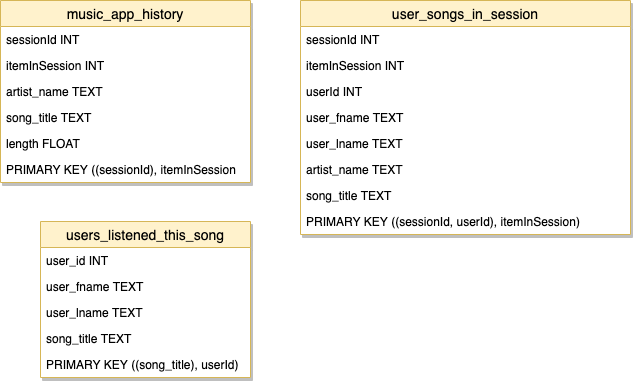
The draw.io diagram images/all_tables.png in nataliamele/DEND_Project_1B, before a commit. Source tidied: cells renumbered, new cells last; positions are measured from the earlier drawing's top-left corner, leaving out a move shared by most shapes. The source it was exported from:
```xml
<mxGraphModel>
  <root>
    <mxCell id="0" />
    <mxCell id="1" parent="0" />
    <mxCell id="2" value="music_app_history" style="swimlane;fontStyle=0;horizontal=1;startSize=26;fillColor=#fff2cc;swimlaneFillColor=#ffffff;align=center;fontSize=14;strokeColor=#d6b656;rounded=0;comic=0;glass=0;shadow=1;" parent="1" vertex="1">
      <mxGeometry width="250" height="182" as="geometry" />
    </mxCell>
    <mxCell id="3" value="sessionId INT" style="text;strokeColor=none;fillColor=none;spacingLeft=4;spacingRight=4;overflow=hidden;fontSize=12;" parent="2" vertex="1">
      <mxGeometry y="26" width="250" height="26" as="geometry" />
    </mxCell>
    <mxCell id="4" value="itemInSession INT" style="text;strokeColor=none;fillColor=none;spacingLeft=4;spacingRight=4;overflow=hidden;fontSize=12;" parent="2" vertex="1">
      <mxGeometry y="52" width="250" height="26" as="geometry" />
    </mxCell>
    <mxCell id="5" value="artist_name TEXT" style="text;strokeColor=none;fillColor=none;spacingLeft=4;spacingRight=4;overflow=hidden;fontSize=12;" parent="2" vertex="1">
      <mxGeometry y="78" width="250" height="26" as="geometry" />
    </mxCell>
    <mxCell id="6" value="song_title TEXT" style="text;strokeColor=none;fillColor=none;spacingLeft=4;spacingRight=4;overflow=hidden;fontSize=12;" parent="2" vertex="1">
      <mxGeometry y="104" width="250" height="26" as="geometry" />
    </mxCell>
    <mxCell id="7" value="length FLOAT" style="text;strokeColor=none;fillColor=none;spacingLeft=4;spacingRight=4;overflow=hidden;fontSize=12;" parent="2" vertex="1">
      <mxGeometry y="130" width="250" height="26" as="geometry" />
    </mxCell>
    <mxCell id="8" value="PRIMARY KEY ((sessionId), itemInSession" style="text;strokeColor=none;fillColor=none;spacingLeft=4;spacingRight=4;overflow=hidden;fontSize=12;" parent="2" vertex="1">
      <mxGeometry y="156" width="250" height="26" as="geometry" />
    </mxCell>
    <mxCell id="9" value="user_songs_in_session" style="swimlane;fontStyle=0;horizontal=1;startSize=26;fillColor=#fff2cc;swimlaneFillColor=#ffffff;align=center;fontSize=14;strokeColor=#d6b656;rounded=0;comic=0;glass=0;shadow=1;" parent="1" vertex="1">
      <mxGeometry x="300" width="330" height="234" as="geometry" />
    </mxCell>
    <mxCell id="10" value="sessionId INT" style="text;strokeColor=none;fillColor=none;spacingLeft=4;spacingRight=4;overflow=hidden;fontSize=12;" parent="9" vertex="1">
      <mxGeometry y="26" width="330" height="26" as="geometry" />
    </mxCell>
    <mxCell id="11" value="itemInSession INT" style="text;strokeColor=none;fillColor=none;spacingLeft=4;spacingRight=4;overflow=hidden;fontSize=12;" parent="9" vertex="1">
      <mxGeometry y="52" width="330" height="26" as="geometry" />
    </mxCell>
    <mxCell id="12" value="userId INT" style="text;strokeColor=none;fillColor=none;spacingLeft=4;spacingRight=4;overflow=hidden;fontSize=12;" parent="9" vertex="1">
      <mxGeometry y="78" width="330" height="26" as="geometry" />
    </mxCell>
    <mxCell id="13" value="user_fname TEXT" style="text;strokeColor=none;fillColor=none;spacingLeft=4;spacingRight=4;overflow=hidden;fontSize=12;" parent="9" vertex="1">
      <mxGeometry y="104" width="330" height="26" as="geometry" />
    </mxCell>
    <mxCell id="14" value="user_lname TEXT" style="text;strokeColor=none;fillColor=none;spacingLeft=4;spacingRight=4;overflow=hidden;fontSize=12;" parent="9" vertex="1">
      <mxGeometry y="130" width="330" height="26" as="geometry" />
    </mxCell>
    <mxCell id="15" value="artist_name TEXT" style="text;strokeColor=none;fillColor=none;spacingLeft=4;spacingRight=4;overflow=hidden;fontSize=12;" parent="9" vertex="1">
      <mxGeometry y="156" width="330" height="26" as="geometry" />
    </mxCell>
    <mxCell id="16" value="song_title TEXT" style="text;strokeColor=none;fillColor=none;spacingLeft=4;spacingRight=4;overflow=hidden;fontSize=12;" parent="9" vertex="1">
      <mxGeometry y="182" width="330" height="26" as="geometry" />
    </mxCell>
    <mxCell id="17" value="PRIMARY KEY ((sessionId, userId), itemInSession)" style="text;strokeColor=none;fillColor=none;spacingLeft=4;spacingRight=4;overflow=hidden;fontSize=12;" parent="9" vertex="1">
      <mxGeometry y="208" width="330" height="26" as="geometry" />
    </mxCell>
    <mxCell id="18" value="users_listened_this_song" style="swimlane;fontStyle=0;horizontal=1;startSize=26;fillColor=#fff2cc;swimlaneFillColor=#ffffff;align=center;fontSize=14;strokeColor=#d6b656;rounded=0;comic=0;glass=0;shadow=1;" parent="1" vertex="1">
      <mxGeometry x="40" y="221" width="210" height="156" as="geometry" />
    </mxCell>
    <mxCell id="19" value="user_id INT" style="text;strokeColor=none;fillColor=none;spacingLeft=4;spacingRight=4;overflow=hidden;fontSize=12;" parent="18" vertex="1">
      <mxGeometry y="26" width="210" height="26" as="geometry" />
    </mxCell>
    <mxCell id="20" value="user_fname TEXT" style="text;strokeColor=none;fillColor=none;spacingLeft=4;spacingRight=4;overflow=hidden;fontSize=12;" parent="18" vertex="1">
      <mxGeometry y="52" width="210" height="26" as="geometry" />
    </mxCell>
    <mxCell id="21" value="user_lname TEXT" style="text;strokeColor=none;fillColor=none;spacingLeft=4;spacingRight=4;overflow=hidden;fontSize=12;" parent="18" vertex="1">
      <mxGeometry y="78" width="210" height="26" as="geometry" />
    </mxCell>
    <mxCell id="22" value="song_title TEXT" style="text;strokeColor=none;fillColor=none;spacingLeft=4;spacingRight=4;overflow=hidden;fontSize=12;" parent="18" vertex="1">
      <mxGeometry y="104" width="210" height="26" as="geometry" />
    </mxCell>
    <mxCell id="23" value="PRIMARY KEY ((song_title), userId)" style="text;strokeColor=none;fillColor=none;spacingLeft=4;spacingRight=4;overflow=hidden;fontSize=12;" parent="18" vertex="1">
      <mxGeometry y="130" width="210" height="26" as="geometry" />
    </mxCell>
  </root>
</mxGraphModel>
```
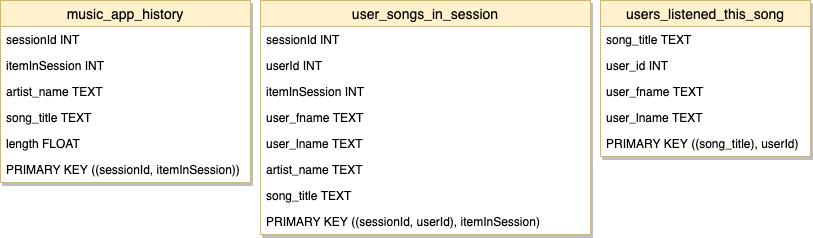
The same diagram one commit later.

Change to the diagram source:
```diff
@@ -3,7 +3,7 @@
     <mxCell id="0" />
     <mxCell id="1" parent="0" />
     <mxCell id="2" value="music_app_history" style="swimlane;fontStyle=0;horizontal=1;startSize=26;fillColor=#fff2cc;swimlaneFillColor=#ffffff;align=center;fontSize=14;strokeColor=#d6b656;rounded=0;comic=0;glass=0;shadow=1;" parent="1" vertex="1">
-      <mxGeometry width="250" height="182" as="geometry" />
+      <mxGeometry x="-50" width="250" height="182" as="geometry" />
     </mxCell>
     <mxCell id="3" value="sessionId INT" style="text;strokeColor=none;fillColor=none;spacingLeft=4;spacingRight=4;overflow=hidden;fontSize=12;" parent="2" vertex="1">
       <mxGeometry y="26" width="250" height="26" as="geometry" />
@@ -20,19 +20,19 @@
     <mxCell id="7" value="length FLOAT" style="text;strokeColor=none;fillColor=none;spacingLeft=4;spacingRight=4;overflow=hidden;fontSize=12;" parent="2" vertex="1">
       <mxGeometry y="130" width="250" height="26" as="geometry" />
     </mxCell>
-    <mxCell id="8" value="PRIMARY KEY ((sessionId), itemInSession" style="text;strokeColor=none;fillColor=none;spacingLeft=4;spacingRight=4;overflow=hidden;fontSize=12;" parent="2" vertex="1">
+    <mxCell id="8" value="PRIMARY KEY ((sessionId, itemInSession))" style="text;strokeColor=none;fillColor=none;spacingLeft=4;spacingRight=4;overflow=hidden;fontSize=12;" parent="2" vertex="1">
       <mxGeometry y="156" width="250" height="26" as="geometry" />
     </mxCell>
     <mxCell id="9" value="user_songs_in_session" style="swimlane;fontStyle=0;horizontal=1;startSize=26;fillColor=#fff2cc;swimlaneFillColor=#ffffff;align=center;fontSize=14;strokeColor=#d6b656;rounded=0;comic=0;glass=0;shadow=1;" parent="1" vertex="1">
-      <mxGeometry x="300" width="330" height="234" as="geometry" />
+      <mxGeometry x="210" width="330" height="234" as="geometry" />
     </mxCell>
     <mxCell id="10" value="sessionId INT" style="text;strokeColor=none;fillColor=none;spacingLeft=4;spacingRight=4;overflow=hidden;fontSize=12;" parent="9" vertex="1">
       <mxGeometry y="26" width="330" height="26" as="geometry" />
     </mxCell>
-    <mxCell id="11" value="itemInSession INT" style="text;strokeColor=none;fillColor=none;spacingLeft=4;spacingRight=4;overflow=hidden;fontSize=12;" parent="9" vertex="1">
+    <mxCell id="11" value="userId INT" style="text;strokeColor=none;fillColor=none;spacingLeft=4;spacingRight=4;overflow=hidden;fontSize=12;" parent="9" vertex="1">
       <mxGeometry y="52" width="330" height="26" as="geometry" />
     </mxCell>
-    <mxCell id="12" value="userId INT" style="text;strokeColor=none;fillColor=none;spacingLeft=4;spacingRight=4;overflow=hidden;fontSize=12;" parent="9" vertex="1">
+    <mxCell id="12" value="itemInSession INT" style="text;strokeColor=none;fillColor=none;spacingLeft=4;spacingRight=4;overflow=hidden;fontSize=12;" parent="9" vertex="1">
       <mxGeometry y="78" width="330" height="26" as="geometry" />
     </mxCell>
     <mxCell id="13" value="user_fname TEXT" style="text;strokeColor=none;fillColor=none;spacingLeft=4;spacingRight=4;overflow=hidden;fontSize=12;" parent="9" vertex="1">
@@ -51,18 +51,18 @@
       <mxGeometry y="208" width="330" height="26" as="geometry" />
     </mxCell>
     <mxCell id="18" value="users_listened_this_song" style="swimlane;fontStyle=0;horizontal=1;startSize=26;fillColor=#fff2cc;swimlaneFillColor=#ffffff;align=center;fontSize=14;strokeColor=#d6b656;rounded=0;comic=0;glass=0;shadow=1;" parent="1" vertex="1">
-      <mxGeometry x="40" y="221" width="210" height="156" as="geometry" />
+      <mxGeometry x="550" width="210" height="156" as="geometry" />
     </mxCell>
-    <mxCell id="19" value="user_id INT" style="text;strokeColor=none;fillColor=none;spacingLeft=4;spacingRight=4;overflow=hidden;fontSize=12;" parent="18" vertex="1">
+    <mxCell id="19" value="song_title TEXT" style="text;strokeColor=none;fillColor=none;spacingLeft=4;spacingRight=4;overflow=hidden;fontSize=12;" parent="18" vertex="1">
       <mxGeometry y="26" width="210" height="26" as="geometry" />
     </mxCell>
-    <mxCell id="20" value="user_fname TEXT" style="text;strokeColor=none;fillColor=none;spacingLeft=4;spacingRight=4;overflow=hidden;fontSize=12;" parent="18" vertex="1">
+    <mxCell id="20" value="user_id INT" style="text;strokeColor=none;fillColor=none;spacingLeft=4;spacingRight=4;overflow=hidden;fontSize=12;" parent="18" vertex="1">
       <mxGeometry y="52" width="210" height="26" as="geometry" />
     </mxCell>
-    <mxCell id="21" value="user_lname TEXT" style="text;strokeColor=none;fillColor=none;spacingLeft=4;spacingRight=4;overflow=hidden;fontSize=12;" parent="18" vertex="1">
+    <mxCell id="21" value="user_fname TEXT" style="text;strokeColor=none;fillColor=none;spacingLeft=4;spacingRight=4;overflow=hidden;fontSize=12;" parent="18" vertex="1">
       <mxGeometry y="78" width="210" height="26" as="geometry" />
     </mxCell>
-    <mxCell id="22" value="song_title TEXT" style="text;strokeColor=none;fillColor=none;spacingLeft=4;spacingRight=4;overflow=hidden;fontSize=12;" parent="18" vertex="1">
+    <mxCell id="22" value="user_lname TEXT" style="text;strokeColor=none;fillColor=none;spacingLeft=4;spacingRight=4;overflow=hidden;fontSize=12;" parent="18" vertex="1">
       <mxGeometry y="104" width="210" height="26" as="geometry" />
     </mxCell>
     <mxCell id="23" value="PRIMARY KEY ((song_title), userId)" style="text;strokeColor=none;fillColor=none;spacingLeft=4;spacingRight=4;overflow=hidden;fontSize=12;" parent="18" vertex="1">
```
